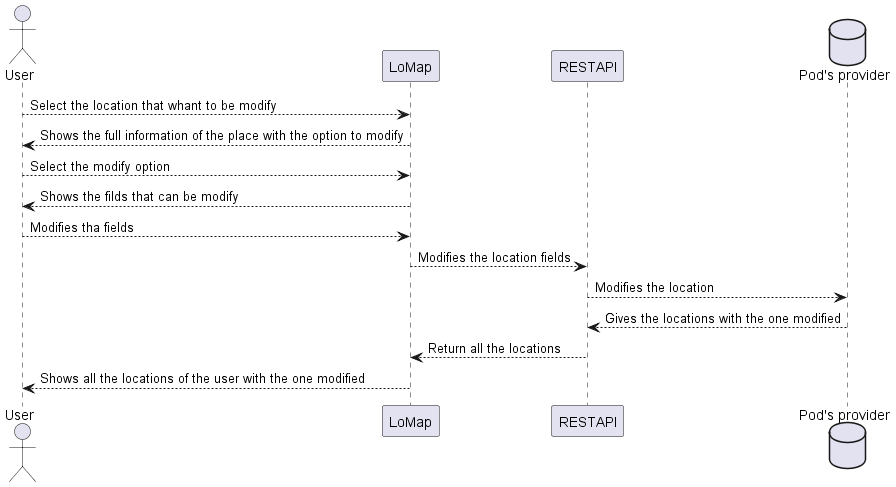
Earlier version of the PlantUML export images/Sequence diagram modify.png (Arquisoft/lomap_es1c).
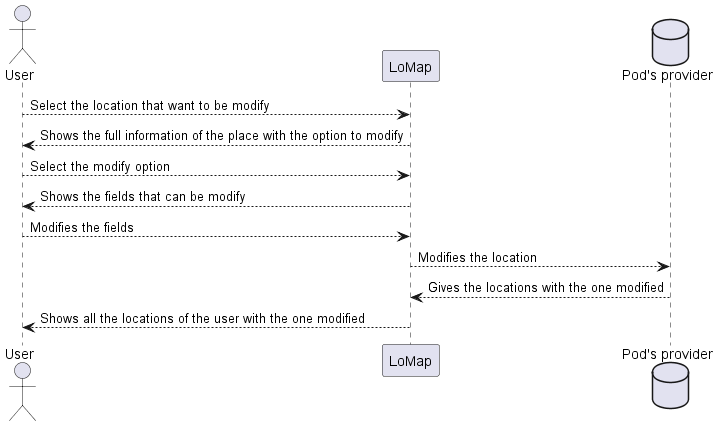
Above is the later version.

Diff of the diagram source:
```diff
@@ -1,16 +1,13 @@
 @startuml
 actor User
 Participant LoMap
-participant ra as "RESTAPI"
 database pod as "Pod's provider"
-User --> LoMap: Select the location that whant to be modify
+User --> LoMap: Select the location that want to be modify
 LoMap --> User: Shows the full information of the place with the option to modify
 User --> LoMap: Select the modify option
-LoMap --> User: Shows the filds that can be modify
-User --> LoMap: Modifies tha fields
-LoMap --> ra: Modifies the location fields
-ra --> pod: Modifies the location
-pod --> ra: Gives the locations with the one modified
-ra --> LoMap: Return all the locations
+LoMap --> User: Shows the fields that can be modify
+User --> LoMap: Modifies the fields
+LoMap --> pod: Modifies the location
+pod --> LoMap: Gives the locations with the one modified
 LoMap --> User: Shows all the locations of the user with the one modified
 @enduml
```
